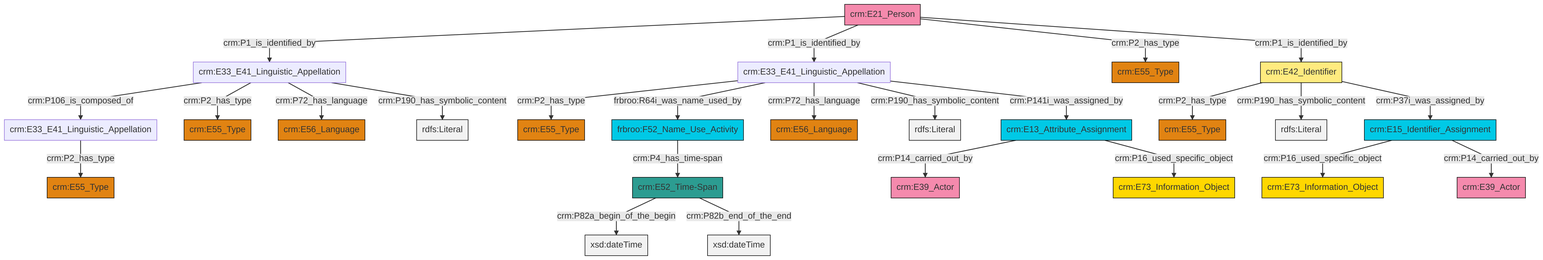
This is et/personCSV/ttl/mmd/png/Person_Names_and_Classification.png from swiss-art-research-net/docs.swissartresearch, a Mermaid export, as it was before one commit. Its source is kept beside it as et/personCSV/ttl/mmd/Person_Names_and_Classification.ttl.mmd.
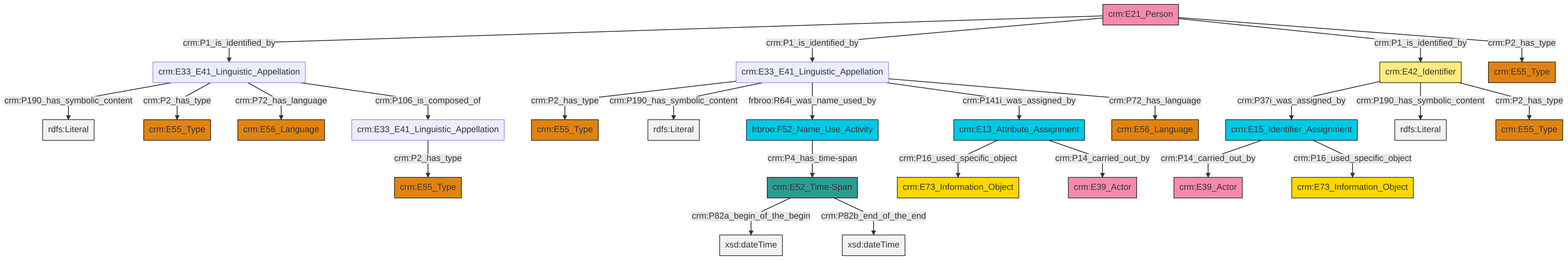
Later version of the same file.

The edit, as a diff of the source:
```diff
@@ -13,27 +13,27 @@
 classDef PC_Classes fill:#4ce600, stroke:#000000;
 classDef Multi fill:#cccccc,stroke:#000000;
 
-2["crm:E13_Attribute_Assignment"]:::Temporal_Entity -->|crm:P14_carried_out_by| 3["crm:E39_Actor"]:::Actor
-4["crm:E15_Identifier_Assignment"]:::Temporal_Entity -->|crm:P16_used_specific_object| 5["crm:E73_Information_Object"]:::Conceptual_Object
-6["crm:E42_Identifier"]:::Appellation -->|crm:P2_has_type| 7["crm:E55_Type"]:::Type
-8["crm:E33_E41_Linguistic_Appellation"]:::Default -->|crm:P106_is_composed_of| 9["crm:E33_E41_Linguistic_Appellation"]:::Default
-8["crm:E33_E41_Linguistic_Appellation"]:::Default -->|crm:P2_has_type| 10["crm:E55_Type"]:::Type
-2["crm:E13_Attribute_Assignment"]:::Temporal_Entity -->|crm:P16_used_specific_object| 15["crm:E73_Information_Object"]:::Conceptual_Object
-6["crm:E42_Identifier"]:::Appellation -->|crm:P190_has_symbolic_content| 16[rdfs:Literal]:::Literal
-20["crm:E52_Time-Span"]:::Time-Span -->|crm:P82a_begin_of_the_begin| 21[xsd:dateTime]:::Literal
-8["crm:E33_E41_Linguistic_Appellation"]:::Default -->|crm:P72_has_language| 25["crm:E56_Language"]:::Type
-26["crm:E21_Person"]:::Actor -->|crm:P1_is_identified_by| 8["crm:E33_E41_Linguistic_Appellation"]:::Default
-0["crm:E33_E41_Linguistic_Appellation"]:::Default -->|crm:P2_has_type| 11["crm:E55_Type"]:::Type
-0["crm:E33_E41_Linguistic_Appellation"]:::Default -->|frbroo:R64i_was_name_used_by| 28["frbroo:F52_Name_Use_Activity"]:::Temporal_Entity
-26["crm:E21_Person"]:::Actor -->|crm:P1_is_identified_by| 0["crm:E33_E41_Linguistic_Appellation"]:::Default
-0["crm:E33_E41_Linguistic_Appellation"]:::Default -->|crm:P72_has_language| 31["crm:E56_Language"]:::Type
-8["crm:E33_E41_Linguistic_Appellation"]:::Default -->|crm:P190_has_symbolic_content| 32[rdfs:Literal]:::Literal
-26["crm:E21_Person"]:::Actor -->|crm:P2_has_type| 22["crm:E55_Type"]:::Type
-26["crm:E21_Person"]:::Actor -->|crm:P1_is_identified_by| 6["crm:E42_Identifier"]:::Appellation
-4["crm:E15_Identifier_Assignment"]:::Temporal_Entity -->|crm:P14_carried_out_by| 17["crm:E39_Actor"]:::Actor
-6["crm:E42_Identifier"]:::Appellation -->|crm:P37i_was_assigned_by| 4["crm:E15_Identifier_Assignment"]:::Temporal_Entity
-0["crm:E33_E41_Linguistic_Appellation"]:::Default -->|crm:P190_has_symbolic_content| 40[rdfs:Literal]:::Literal
-20["crm:E52_Time-Span"]:::Time-Span -->|crm:P82b_end_of_the_end| 41[xsd:dateTime]:::Literal
-9["crm:E33_E41_Linguistic_Appellation"]:::Default -->|crm:P2_has_type| 35["crm:E55_Type"]:::Type
-28["frbroo:F52_Name_Use_Activity"]:::Temporal_Entity -->|crm:P4_has_time-span| 20["crm:E52_Time-Span"]:::Time-Span
-0["crm:E33_E41_Linguistic_Appellation"]:::Default -->|crm:P141i_was_assigned_by| 2["crm:E13_Attribute_Assignment"]:::Temporal_Entity
+0["crm:E42_Identifier"]:::Appellation -->|crm:P37i_was_assigned_by| 1["crm:E15_Identifier_Assignment"]:::Temporal_Entity
+1["crm:E15_Identifier_Assignment"]:::Temporal_Entity -->|crm:P14_carried_out_by| 4["crm:E39_Actor"]:::Actor
+7["crm:E52_Time-Span"]:::Time-Span -->|crm:P82a_begin_of_the_begin| 8[xsd:dateTime]:::Literal
+11["crm:E33_E41_Linguistic_Appellation"]:::Default -->|crm:P2_has_type| 12["crm:E55_Type"]:::Type
+2["crm:E33_E41_Linguistic_Appellation"]:::Default -->|crm:P190_has_symbolic_content| 13[rdfs:Literal]:::Literal
+0["crm:E42_Identifier"]:::Appellation -->|crm:P190_has_symbolic_content| 16[rdfs:Literal]:::Literal
+0["crm:E42_Identifier"]:::Appellation -->|crm:P2_has_type| 19["crm:E55_Type"]:::Type
+20["crm:E21_Person"]:::Actor -->|crm:P1_is_identified_by| 2["crm:E33_E41_Linguistic_Appellation"]:::Default
+21["crm:E33_E41_Linguistic_Appellation"]:::Default -->|crm:P2_has_type| 22["crm:E55_Type"]:::Type
+2["crm:E33_E41_Linguistic_Appellation"]:::Default -->|crm:P2_has_type| 14["crm:E55_Type"]:::Type
+11["crm:E33_E41_Linguistic_Appellation"]:::Default -->|crm:P190_has_symbolic_content| 25[rdfs:Literal]:::Literal
+11["crm:E33_E41_Linguistic_Appellation"]:::Default -->|frbroo:R64i_was_name_used_by| 30["frbroo:F52_Name_Use_Activity"]:::Temporal_Entity
+7["crm:E52_Time-Span"]:::Time-Span -->|crm:P82b_end_of_the_end| 31[xsd:dateTime]:::Literal
+20["crm:E21_Person"]:::Actor -->|crm:P1_is_identified_by| 11["crm:E33_E41_Linguistic_Appellation"]:::Default
+17["crm:E13_Attribute_Assignment"]:::Temporal_Entity -->|crm:P16_used_specific_object| 9["crm:E73_Information_Object"]:::Conceptual_Object
+30["frbroo:F52_Name_Use_Activity"]:::Temporal_Entity -->|crm:P4_has_time-span| 7["crm:E52_Time-Span"]:::Time-Span
+17["crm:E13_Attribute_Assignment"]:::Temporal_Entity -->|crm:P14_carried_out_by| 33["crm:E39_Actor"]:::Actor
+20["crm:E21_Person"]:::Actor -->|crm:P1_is_identified_by| 0["crm:E42_Identifier"]:::Appellation
+20["crm:E21_Person"]:::Actor -->|crm:P2_has_type| 5["crm:E55_Type"]:::Type
+11["crm:E33_E41_Linguistic_Appellation"]:::Default -->|crm:P141i_was_assigned_by| 17["crm:E13_Attribute_Assignment"]:::Temporal_Entity
+2["crm:E33_E41_Linguistic_Appellation"]:::Default -->|crm:P72_has_language| 34["crm:E56_Language"]:::Type
+11["crm:E33_E41_Linguistic_Appellation"]:::Default -->|crm:P72_has_language| 28["crm:E56_Language"]:::Type
+1["crm:E15_Identifier_Assignment"]:::Temporal_Entity -->|crm:P16_used_specific_object| 23["crm:E73_Information_Object"]:::Conceptual_Object
+2["crm:E33_E41_Linguistic_Appellation"]:::Default -->|crm:P106_is_composed_of| 21["crm:E33_E41_Linguistic_Appellation"]:::Default
```
